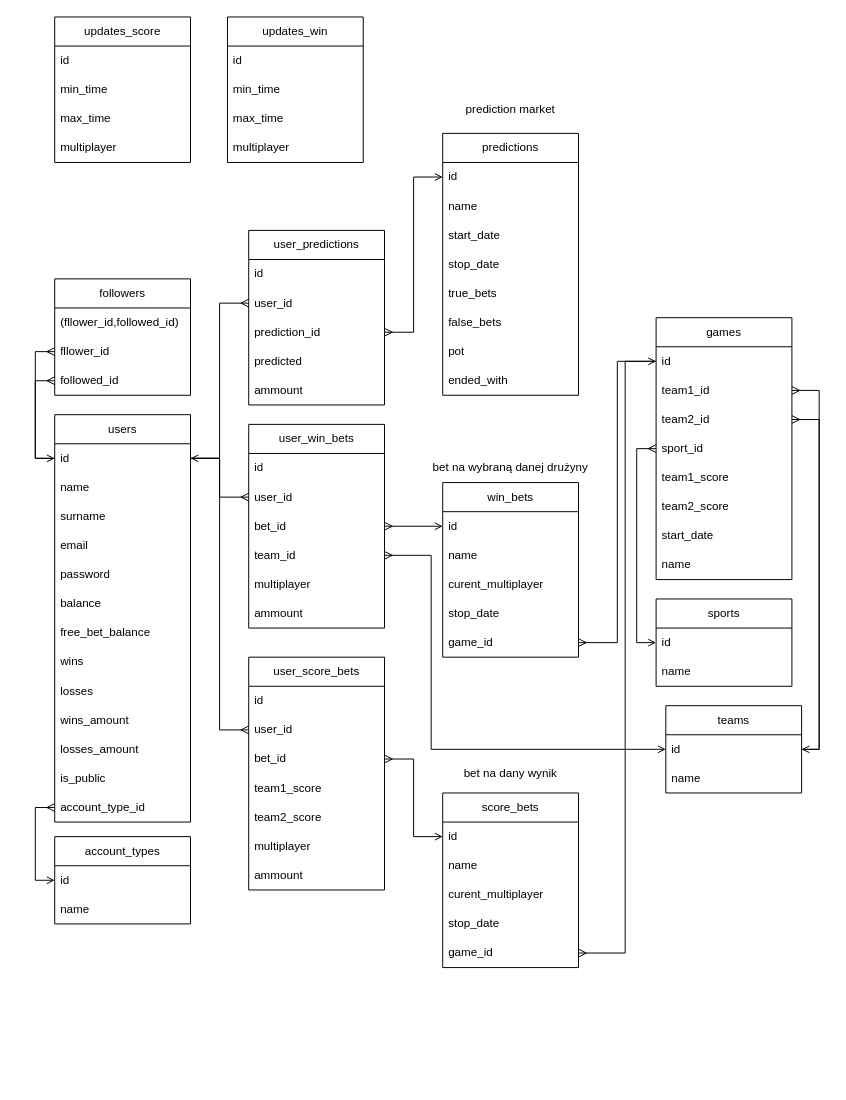
This is diagramy/db.drawio from Barabol/PewniaczekBetBack, a draw.io file, before an edit. Source tidied: cells renumbered, new cells numbered last; positions are measured from the earlier drawing's top-left corner, leaving out a move shared by most shapes. Both pictures are drawn from the tidied source at 97%, with x=0, y=0 at pixel (54, 16).
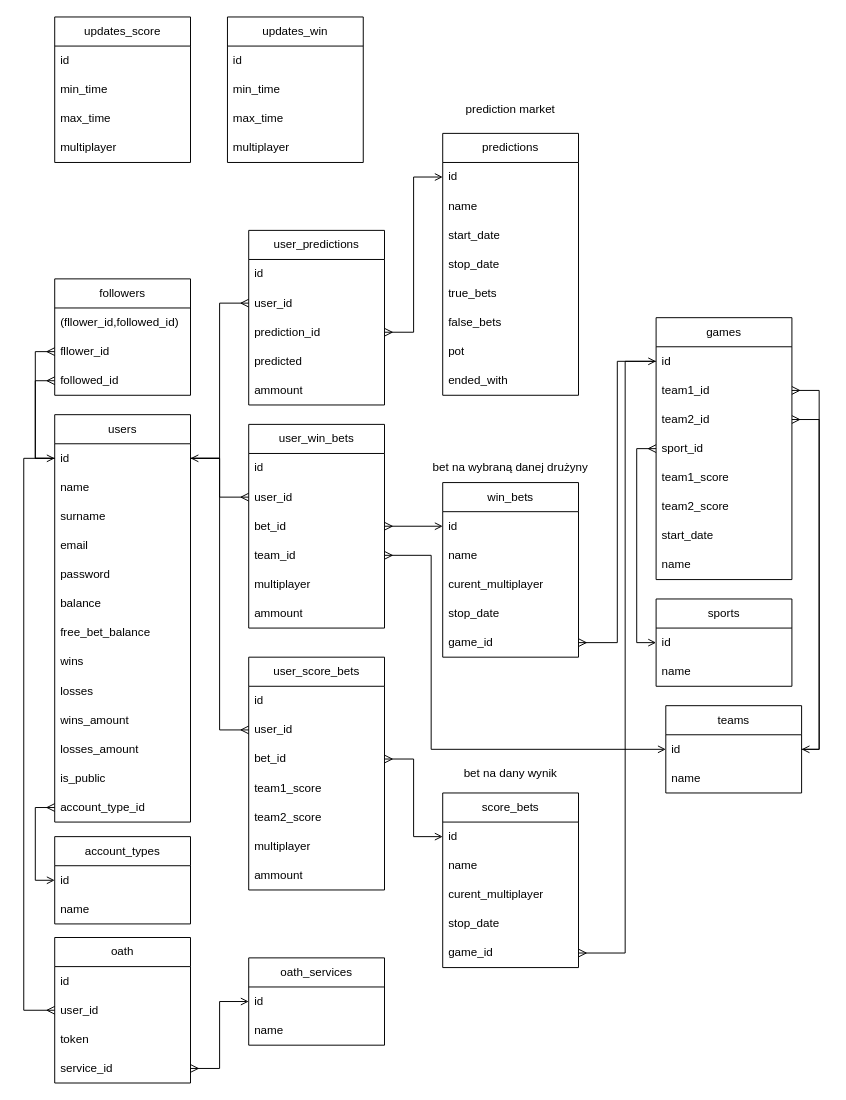
The same diagram, later.

The change refers to these unchanged cells:
```xml
<mxCell id="3" value="id" style="text;strokeColor=none;fillColor=none;align=left;verticalAlign=middle;spacingLeft=4;spacingRight=4;overflow=hidden;points=[[0,0.5],[1,0.5]];portConstraint=eastwest;whiteSpace=wrap;html=1;" parent="2" vertex="1">
  <mxGeometry y="30" width="140" height="30" as="geometry" />
</mxCell>
```

Diff of the diagram source:
```diff
@@
+    <mxCell id="108" value="oath" style="swimlane;fontStyle=0;horizontal=1;startSize=30;whiteSpace=wrap;html=1;" parent="1" vertex="1">
+      <mxGeometry x="-0.1" y="949" width="140" height="150" as="geometry" />
+    </mxCell>
+    <mxCell id="109" value="id" style="text;strokeColor=none;fillColor=none;align=left;verticalAlign=middle;spacingLeft=4;spacingRight=4;overflow=hidden;whiteSpace=wrap;html=1;" parent="108" vertex="1">
+      <mxGeometry y="30" width="140" height="30" as="geometry" />
+    </mxCell>
+    <mxCell id="110" value="user_id" style="text;strokeColor=none;fillColor=none;align=left;verticalAlign=middle;spacingLeft=4;spacingRight=4;overflow=hidden;points=[[0,0.5],[1,0.5]];portConstraint=eastwest;whiteSpace=wrap;html=1;" parent="108" vertex="1">
+      <mxGeometry y="60" width="140" height="30" as="geometry" />
+    </mxCell>
+    <mxCell id="111" value="token" style="text;strokeColor=none;fillColor=none;align=left;verticalAlign=middle;spacingLeft=4;spacingRight=4;overflow=hidden;whiteSpace=wrap;html=1;" parent="108" vertex="1">
+      <mxGeometry y="90" width="140" height="30" as="geometry" />
+    </mxCell>
+    <mxCell id="112" value="service_id" style="text;strokeColor=none;fillColor=none;align=left;verticalAlign=middle;spacingLeft=4;spacingRight=4;overflow=hidden;points=[[0,0.5],[1,0.5]];portConstraint=eastwest;whiteSpace=wrap;html=1;" parent="108" vertex="1">
+      <mxGeometry y="120" width="140" height="30" as="geometry" />
+    </mxCell>
+    <mxCell id="113" value="oath_services" style="swimlane;fontStyle=0;horizontal=1;startSize=30;whiteSpace=wrap;html=1;" parent="1" vertex="1">
+      <mxGeometry x="199.9" y="970" width="140" height="90" as="geometry" />
+    </mxCell>
+    <mxCell id="114" value="id" style="text;strokeColor=none;fillColor=none;align=left;verticalAlign=middle;spacingLeft=4;spacingRight=4;overflow=hidden;points=[[0,0.5],[1,0.5]];portConstraint=eastwest;whiteSpace=wrap;html=1;" parent="113" vertex="1">
+      <mxGeometry y="30" width="140" height="30" as="geometry" />
+    </mxCell>
+    <mxCell id="115" value="name" style="text;strokeColor=none;fillColor=none;align=left;verticalAlign=middle;spacingLeft=4;spacingRight=4;overflow=hidden;whiteSpace=wrap;html=1;" parent="113" vertex="1">
+      <mxGeometry y="60" width="140" height="30" as="geometry" />
+    </mxCell>
+    <mxCell id="116" style="edgeStyle=orthogonalEdgeStyle;rounded=0;jettySize=auto;html=1;entryX=1;entryY=0.5;entryDx=0;entryDy=0;endArrow=ERmany;endFill=0;startArrow=open;startFill=0;" parent="1" edge="1" source="114" target="112">
+      <mxGeometry relative="1" as="geometry" />
+    </mxCell>
+    <mxCell id="117" style="edgeStyle=orthogonalEdgeStyle;rounded=0;jettySize=auto;html=1;entryX=0;entryY=0.5;entryDx=0;entryDy=0;startArrow=ERmany;startFill=0;endArrow=none;endFill=0;" parent="1" edge="1" source="110" target="3">
+      <mxGeometry relative="1" as="geometry">
+        <Array as="points">
+          <mxPoint x="-32" y="1024" />
+          <mxPoint x="-32" y="455" />
+        </Array>
+      </mxGeometry>
+    </mxCell>
```
